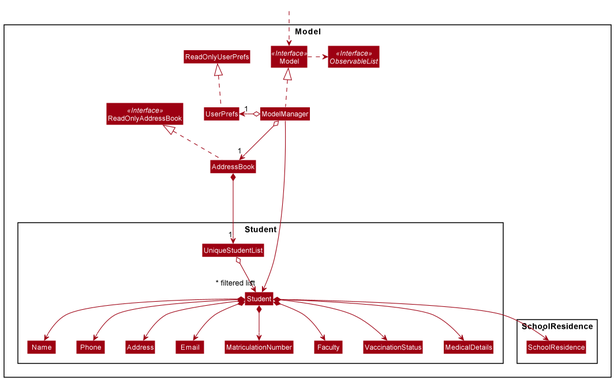
Earlier version of the PlantUML export docs/images/ModelClassDiagram.png (nus-cs2103-AY2021S2/tp). Its source is kept beside it as docs/diagrams/ModelClassDiagram.puml.
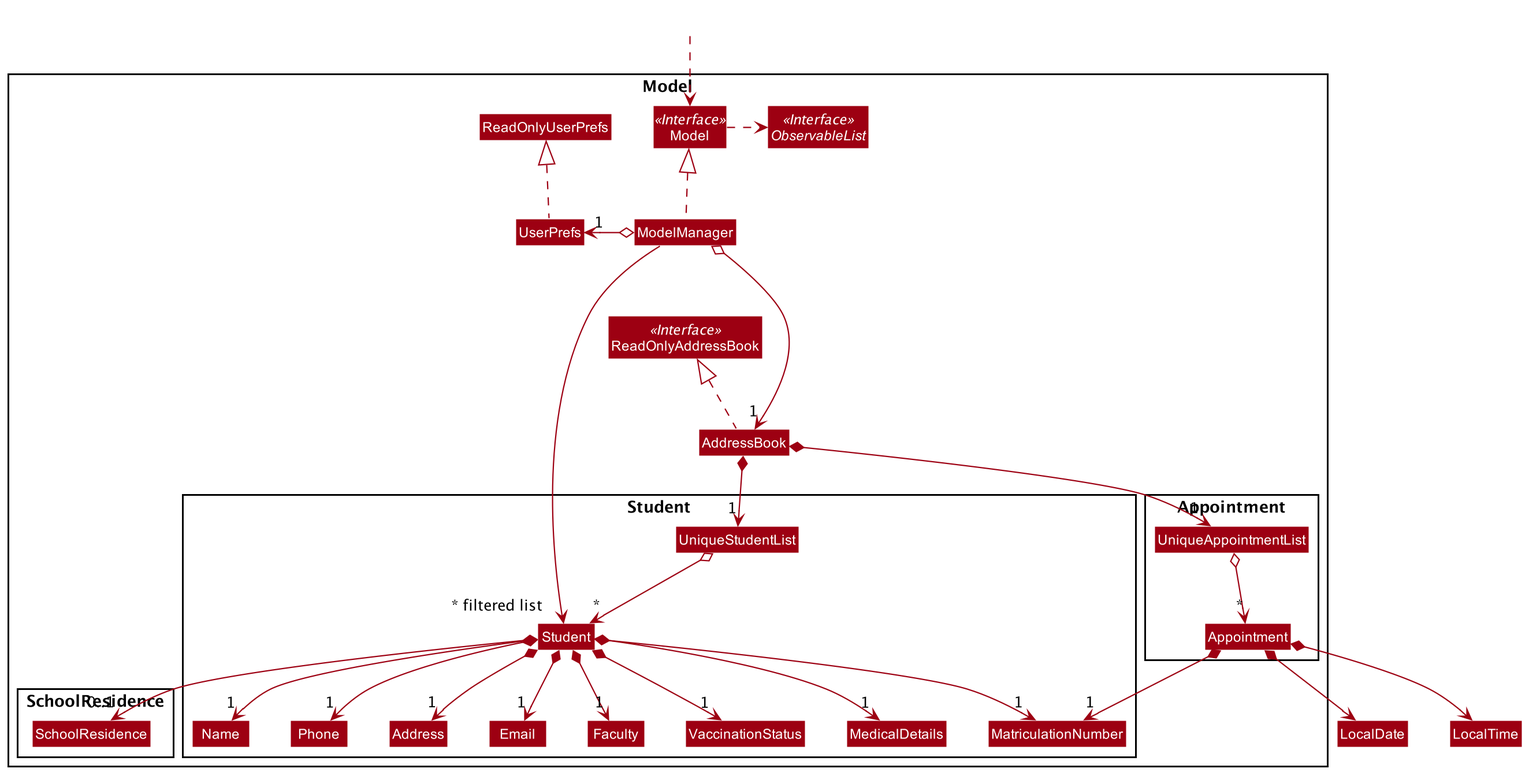
After the commit.

The edit, as a diff of the source:
```diff
@@ -28,6 +28,11 @@
 Class MedicalDetails
 }
 
+Package Appointment {
+Class Appointment
+Class UniqueAppointmentList
+}
+
 Package SchoolResidence {
 Class SchoolResidence
 }
@@ -45,7 +50,9 @@
 UserPrefs .up.|> ReadOnlyUserPrefs
 
 AddressBook *--> "1" UniqueStudentList
+AddressBook *--> "1" UniqueAppointmentList
 UniqueStudentList o--> "*" Student
+UniqueAppointmentList o--> "*" Appointment
 Student *--> "1" Name
 Student *--> "1" MatriculationNumber
 Student *--> "1" Faculty
@@ -55,6 +62,9 @@
 Student *--> "1" VaccinationStatus
 Student *--> "1" MedicalDetails
 Student *--> "0..1" SchoolResidence
+Appointment *--> "1" MatriculationNumber
+Appointment *--> LocalDate
+Appointment *--> LocalTime
 
 Name -[hidden]right-> Phone
 Phone -[hidden]right-> Address
```
